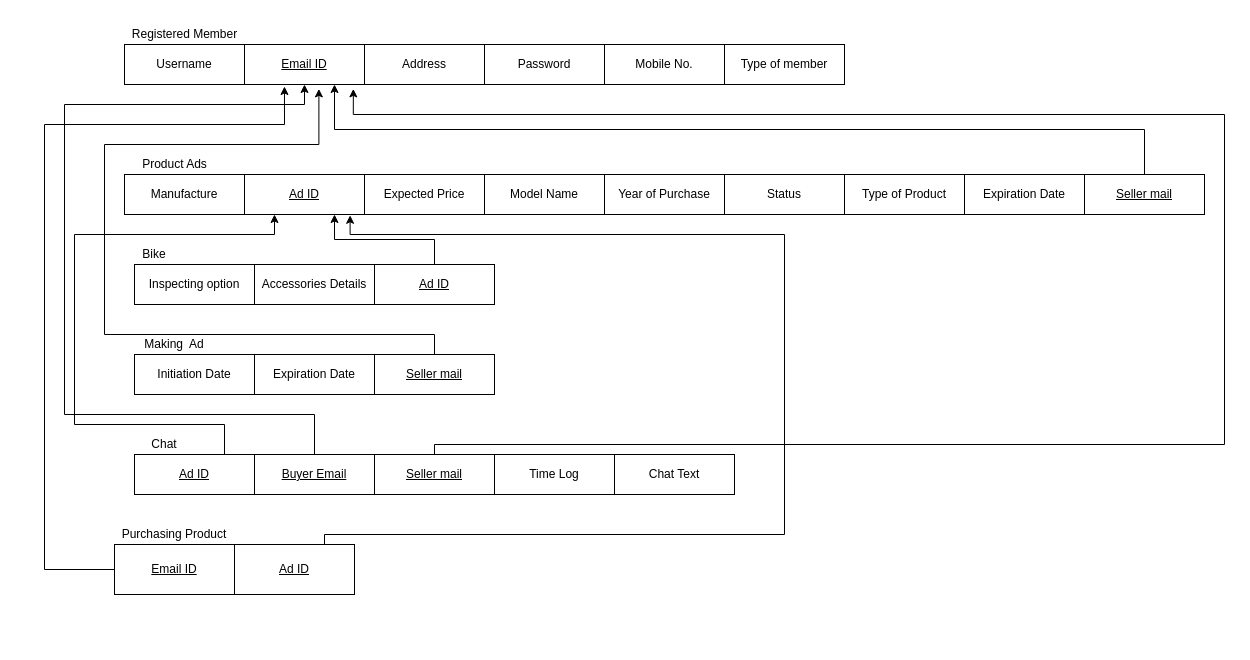
Above: e03/Untitled Diagram.drawio in Hu4k3n/dbms_lab_s5 (draw.io), before the change. Source tidied: cells renumbered, new cells numbered last; positions are measured from the earlier drawing's top-left corner, leaving out a move shared by most shapes. Both pictures are drawn from the tidied source at 100%, with x=0, y=0 at pixel (44, 24).
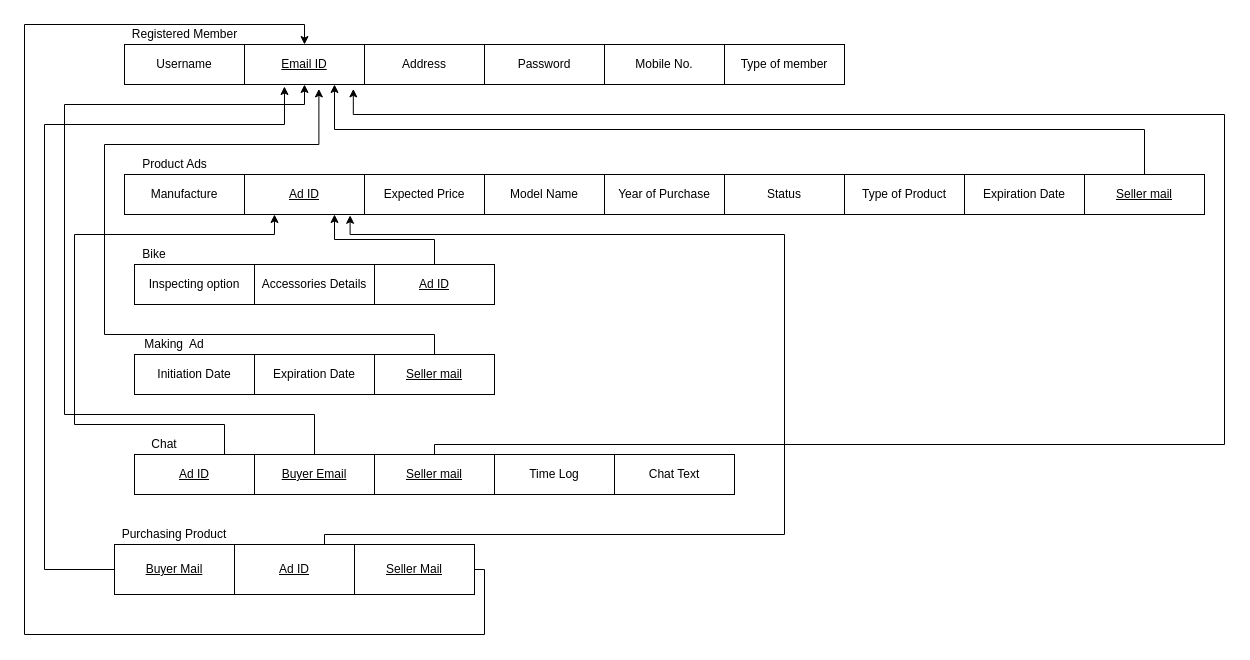
After the change.

Unchanged cells that the change refers to:
```xml
<mxCell id="3" value="&lt;u&gt;Email ID&lt;/u&gt;" style="rounded=0;whiteSpace=wrap;html=1;" parent="1" vertex="1">
  <mxGeometry x="200" y="20" width="120" height="40" as="geometry" />
</mxCell>
```

Diff of the diagram source:
```diff
@@
-    <mxCell id="34" value="&lt;u&gt;Email ID&lt;/u&gt;" style="rounded=0;whiteSpace=wrap;html=1;" parent="1" vertex="1">
+    <mxCell id="34" value="&lt;u&gt;Buyer Mail&lt;/u&gt;" style="rounded=0;whiteSpace=wrap;html=1;" parent="1" vertex="1">
       <mxGeometry x="70" y="520" width="120" height="50" as="geometry" />
     </mxCell>
@@
+    <mxCell id="44" style="edgeStyle=orthogonalEdgeStyle;rounded=0;jettySize=auto;html=1;exitX=1;exitY=0.5;exitDx=0;exitDy=0;entryX=0.5;entryY=0;entryDx=0;entryDy=0;" parent="1" edge="1" source="45" target="3">
+      <mxGeometry relative="1" as="geometry">
+        <Array as="points">
+          <mxPoint x="440" y="545" />
+          <mxPoint x="440" y="610" />
+          <mxPoint x="-20" y="610" />
+          <mxPoint x="-20" />
+          <mxPoint x="260" />
+        </Array>
+      </mxGeometry>
+    </mxCell>
+    <mxCell id="45" value="&lt;u&gt;Seller Mail&lt;/u&gt;" style="rounded=0;whiteSpace=wrap;html=1;" parent="1" vertex="1">
+      <mxGeometry x="310" y="520" width="120" height="50" as="geometry" />
+    </mxCell>
```
